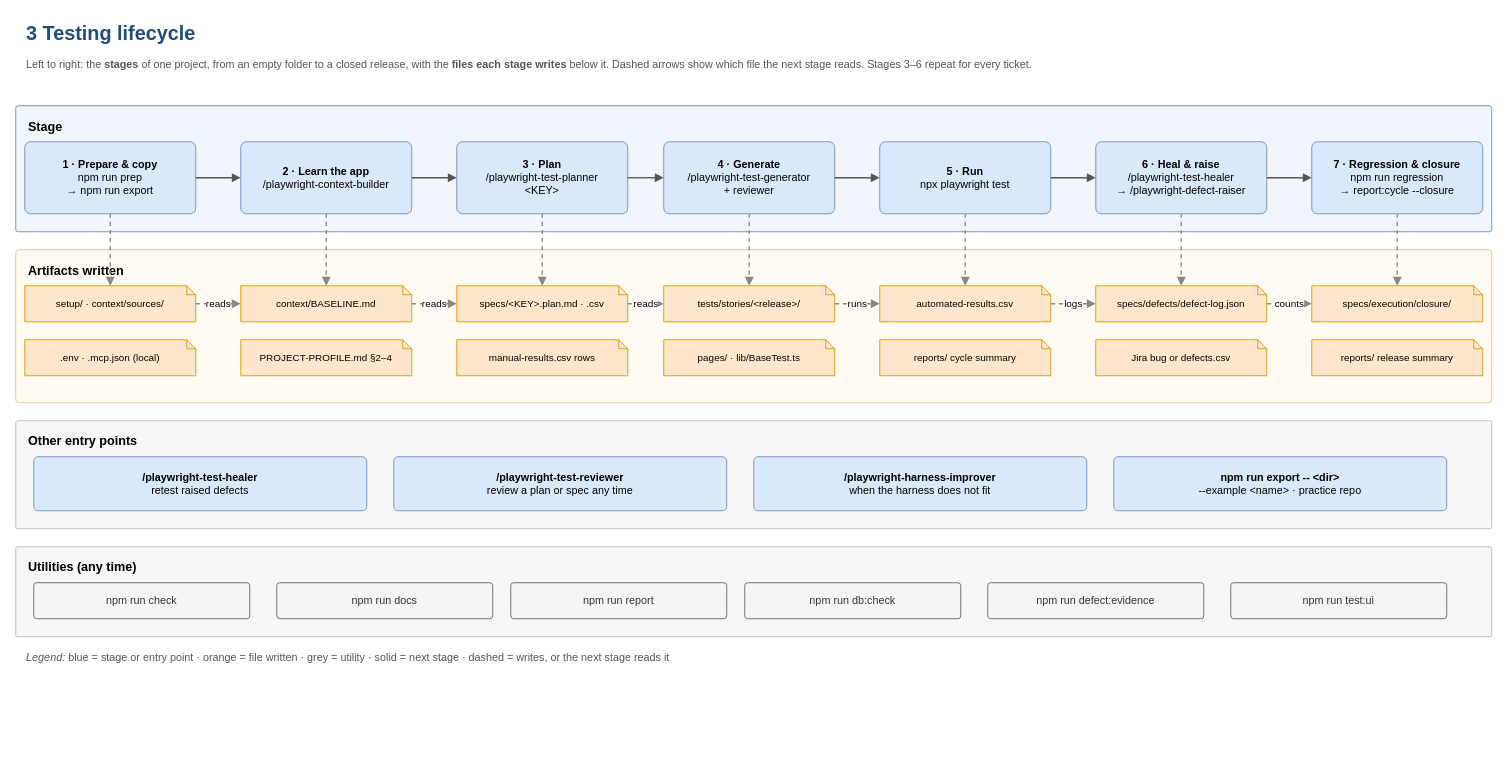
absjabed/ai-qa-harness keeps this draw.io diagram as page "3 Testing lifecycle" (3 of 13) of docs/harness-docs/diagrams/ai-qa-harness/ai-qa-harness.drawio. Above is the earlier version. Source tidied: cells renumbered, new cells numbered last; positions are measured from the earlier drawing's top-left corner, leaving out a move shared by most shapes. Both pictures are drawn from the tidied source at 90%, with x=0, y=0 at pixel (15, 15).
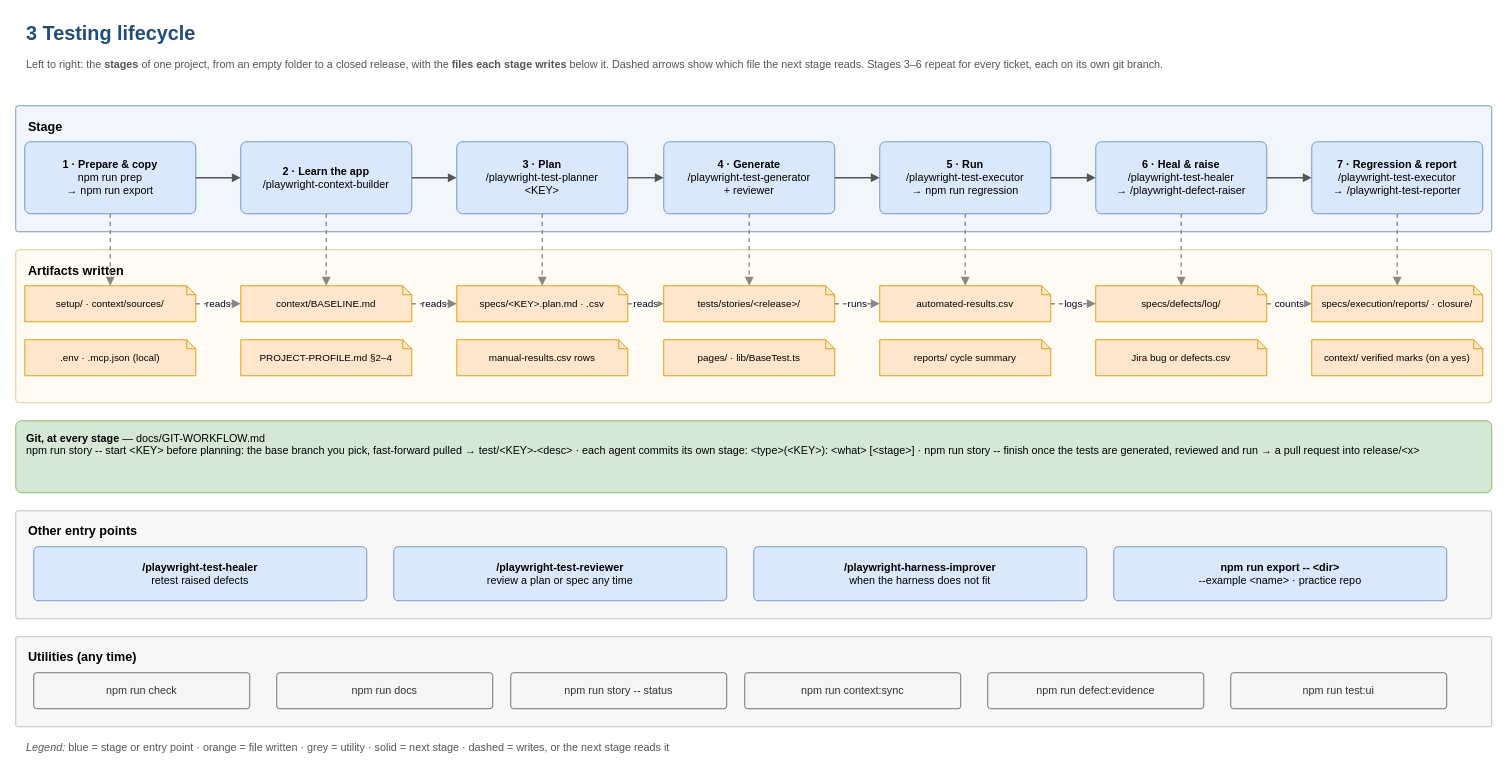
Above is the later version.

The edit, as a diff of the source:
```diff
@@
-    <mxCell id="3" value="Left to right: the &lt;b&gt;stages&lt;/b&gt; of one project, from an empty folder to a closed release, with the &lt;b&gt;files each stage writes&lt;/b&gt; below it. Dashed arrows show which file the next stage reads. Stages 3–6 repeat for every ticket." style="fontFamily=Helvetica;html=1;whiteSpace=wrap;text;fontSize=12;fontColor=#555555;align=left;verticalAlign=top;" parent="1" vertex="1">
+    <mxCell id="3" value="Left to right: the &lt;b&gt;stages&lt;/b&gt; of one project, from an empty folder to a closed release, with the &lt;b&gt;files each stage writes&lt;/b&gt; below it. Dashed arrows show which file the next stage reads. Stages 3–6 repeat for every ticket, each on its own git branch." style="fontFamily=Helvetica;html=1;whiteSpace=wrap;text;fontSize=12;fontColor=#555555;align=left;verticalAlign=top;" parent="1" vertex="1">
       <mxGeometry x="10" y="40" width="1620" height="40" as="geometry" />
     </mxCell>
@@
-    <mxCell id="25" value="&lt;b&gt;5 · Run&lt;/b&gt;&lt;br&gt;npx playwright test" style="fontFamily=Helvetica;html=1;whiteSpace=wrap;rounded=1;arcSize=8;fillColor=#dae8fc;strokeColor=#6c8ebf;fontSize=12;" parent="1" vertex="1">
+    <mxCell id="25" value="&lt;b&gt;5 · Run&lt;/b&gt;&lt;br&gt;/playwright-test-executor&lt;br&gt;→ npm run regression" style="fontFamily=Helvetica;html=1;whiteSpace=wrap;rounded=1;arcSize=8;fillColor=#dae8fc;strokeColor=#6c8ebf;fontSize=12;" parent="1" vertex="1">
       <mxGeometry x="960" y="140" width="190" height="80" as="geometry" />
     </mxCell>
@@
-    <mxCell id="31" value="specs/defects/defect-log.json" style="fontFamily=Helvetica;html=1;whiteSpace=wrap;shape=note;backgroundOutline=1;size=10;fillColor=#ffe6cc;strokeColor=#d79b00;fontSize=11;" parent="1" vertex="1">
+    <mxCell id="31" value="specs/defects/log/" style="fontFamily=Helvetica;html=1;whiteSpace=wrap;shape=note;backgroundOutline=1;size=10;fillColor=#ffe6cc;strokeColor=#d79b00;fontSize=11;" parent="1" vertex="1">
       <mxGeometry x="1200" y="300" width="190" height="40" as="geometry" />
     </mxCell>
@@
-    <mxCell id="35" value="&lt;b&gt;7 · Regression &amp;amp; closure&lt;/b&gt;&lt;br&gt;npm run regression&lt;br&gt;→ report:cycle --closure" style="fontFamily=Helvetica;html=1;whiteSpace=wrap;rounded=1;arcSize=8;fillColor=#dae8fc;strokeColor=#6c8ebf;fontSize=12;" parent="1" vertex="1">
+    <mxCell id="35" value="&lt;b&gt;7 · Regression &amp;amp; report&lt;/b&gt;&lt;br&gt;/playwright-test-executor&lt;br&gt;→ /playwright-test-reporter" style="fontFamily=Helvetica;html=1;whiteSpace=wrap;rounded=1;arcSize=8;fillColor=#dae8fc;strokeColor=#6c8ebf;fontSize=12;" parent="1" vertex="1">
       <mxGeometry x="1440" y="140" width="190" height="80" as="geometry" />
     </mxCell>
-    <mxCell id="36" value="specs/execution/closure/" style="fontFamily=Helvetica;html=1;whiteSpace=wrap;shape=note;backgroundOutline=1;size=10;fillColor=#ffe6cc;strokeColor=#d79b00;fontSize=11;" parent="1" vertex="1">
+    <mxCell id="36" value="specs/execution/reports/ · closure/" style="fontFamily=Helvetica;html=1;whiteSpace=wrap;shape=note;backgroundOutline=1;size=10;fillColor=#ffe6cc;strokeColor=#d79b00;fontSize=11;" parent="1" vertex="1">
       <mxGeometry x="1440" y="300" width="190" height="40" as="geometry" />
     </mxCell>
-    <mxCell id="37" value="reports/ release summary" style="fontFamily=Helvetica;html=1;whiteSpace=wrap;shape=note;backgroundOutline=1;size=10;fillColor=#ffe6cc;strokeColor=#d79b00;fontSize=11;" parent="1" vertex="1">
+    <mxCell id="37" value="context/ verified marks (on a yes)" style="fontFamily=Helvetica;html=1;whiteSpace=wrap;shape=note;backgroundOutline=1;size=10;fillColor=#ffe6cc;strokeColor=#d79b00;fontSize=11;" parent="1" vertex="1">
       <mxGeometry x="1440" y="360" width="190" height="40" as="geometry" />
     </mxCell>
@@
     <mxCell id="46" value="&lt;b&gt;Other entry points&lt;/b&gt;" style="fontFamily=Helvetica;html=1;whiteSpace=wrap;rounded=1;arcSize=2;verticalAlign=top;align=left;spacingLeft=12;spacingTop=8;fontSize=14;fillColor=#f7f7f7;strokeColor=#bbbbbb;" parent="1" vertex="1">
-      <mxGeometry y="450" width="1640" height="120" as="geometry" />
+      <mxGeometry y="550" width="1640" height="120" as="geometry" />
     </mxCell>
     <mxCell id="47" value="&lt;b&gt;/playwright-test-healer&lt;/b&gt;&lt;br&gt;retest raised defects" style="fontFamily=Helvetica;html=1;whiteSpace=wrap;rounded=1;arcSize=8;fillColor=#dae8fc;strokeColor=#6c8ebf;fontSize=12;" parent="1" vertex="1">
-      <mxGeometry x="20" y="490" width="370" height="60" as="geometry" />
+      <mxGeometry x="20" y="590" width="370" height="60" as="geometry" />
     </mxCell>
     <mxCell id="48" value="&lt;b&gt;/playwright-test-reviewer&lt;/b&gt;&lt;br&gt;review a plan or spec any time" style="fontFamily=Helvetica;html=1;whiteSpace=wrap;rounded=1;arcSize=8;fillColor=#dae8fc;strokeColor=#6c8ebf;fontSize=12;" parent="1" vertex="1">
-      <mxGeometry x="420" y="490" width="370" height="60" as="geometry" />
+      <mxGeometry x="420" y="590" width="370" height="60" as="geometry" />
     </mxCell>
     <mxCell id="49" value="&lt;b&gt;/playwright-harness-improver&lt;/b&gt;&lt;br&gt;when the harness does not fit" style="fontFamily=Helvetica;html=1;whiteSpace=wrap;rounded=1;arcSize=8;fillColor=#dae8fc;strokeColor=#6c8ebf;fontSize=12;" parent="1" vertex="1">
-      <mxGeometry x="820" y="490" width="370" height="60" as="geometry" />
+      <mxGeometry x="820" y="590" width="370" height="60" as="geometry" />
     </mxCell>
     <mxCell id="50" value="&lt;b&gt;npm run export -- &amp;lt;dir&amp;gt;&lt;/b&gt;&lt;br&gt;--example &amp;lt;name&amp;gt; · practice repo" style="fontFamily=Helvetica;html=1;whiteSpace=wrap;rounded=1;arcSize=8;fillColor=#dae8fc;strokeColor=#6c8ebf;fontSize=12;" parent="1" vertex="1">
-      <mxGeometry x="1220" y="490" width="370" height="60" as="geometry" />
+      <mxGeometry x="1220" y="590" width="370" height="60" as="geometry" />
     </mxCell>
     <mxCell id="51" value="&lt;b&gt;Utilities (any time)&lt;/b&gt;" style="fontFamily=Helvetica;html=1;whiteSpace=wrap;rounded=1;arcSize=2;verticalAlign=top;align=left;spacingLeft=12;spacingTop=8;fontSize=14;fillColor=#f7f7f7;strokeColor=#bbbbbb;" parent="1" vertex="1">
-      <mxGeometry y="590" width="1640" height="100" as="geometry" />
+      <mxGeometry y="690" width="1640" height="100" as="geometry" />
     </mxCell>
     <mxCell id="52" value="npm run check" style="fontFamily=Helvetica;html=1;whiteSpace=wrap;rounded=1;arcSize=8;fillColor=#f5f5f5;strokeColor=#666666;fontColor=#333333;fontSize=12;" parent="1" vertex="1">
-      <mxGeometry x="20" y="630" width="240" height="40" as="geometry" />
+      <mxGeometry x="20" y="730" width="240" height="40" as="geometry" />
     </mxCell>
     <mxCell id="53" value="npm run docs" style="fontFamily=Helvetica;html=1;whiteSpace=wrap;rounded=1;arcSize=8;fillColor=#f5f5f5;strokeColor=#666666;fontColor=#333333;fontSize=12;" parent="1" vertex="1">
-      <mxGeometry x="290" y="630" width="240" height="40" as="geometry" />
+      <mxGeometry x="290" y="730" width="240" height="40" as="geometry" />
     </mxCell>
-    <mxCell id="54" value="npm run report" style="fontFamily=Helvetica;html=1;whiteSpace=wrap;rounded=1;arcSize=8;fillColor=#f5f5f5;strokeColor=#666666;fontColor=#333333;fontSize=12;" parent="1" vertex="1">
-      <mxGeometry x="550" y="630" width="240" height="40" as="geometry" />
+    <mxCell id="54" value="npm run story -- status" style="fontFamily=Helvetica;html=1;whiteSpace=wrap;rounded=1;arcSize=8;fillColor=#f5f5f5;strokeColor=#666666;fontColor=#333333;fontSize=12;" parent="1" vertex="1">
+      <mxGeometry x="550" y="730" width="240" height="40" as="geometry" />
     </mxCell>
-    <mxCell id="55" value="npm run db:check" style="fontFamily=Helvetica;html=1;whiteSpace=wrap;rounded=1;arcSize=8;fillColor=#f5f5f5;strokeColor=#666666;fontColor=#333333;fontSize=12;" parent="1" vertex="1">
-      <mxGeometry x="810" y="630" width="240" height="40" as="geometry" />
+    <mxCell id="55" value="npm run context:sync" style="fontFamily=Helvetica;html=1;whiteSpace=wrap;rounded=1;arcSize=8;fillColor=#f5f5f5;strokeColor=#666666;fontColor=#333333;fontSize=12;" parent="1" vertex="1">
+      <mxGeometry x="810" y="730" width="240" height="40" as="geometry" />
     </mxCell>
     <mxCell id="56" value="npm run defect:evidence" style="fontFamily=Helvetica;html=1;whiteSpace=wrap;rounded=1;arcSize=8;fillColor=#f5f5f5;strokeColor=#666666;fontColor=#333333;fontSize=12;" parent="1" vertex="1">
-      <mxGeometry x="1080" y="630" width="240" height="40" as="geometry" />
+      <mxGeometry x="1080" y="730" width="240" height="40" as="geometry" />
     </mxCell>
     <mxCell id="57" value="npm run test:ui" style="fontFamily=Helvetica;html=1;whiteSpace=wrap;rounded=1;arcSize=8;fillColor=#f5f5f5;strokeColor=#666666;fontColor=#333333;fontSize=12;" parent="1" vertex="1">
-      <mxGeometry x="1350" y="630" width="240" height="40" as="geometry" />
+      <mxGeometry x="1350" y="730" width="240" height="40" as="geometry" />
     </mxCell>
     <mxCell id="58" value="&lt;i&gt;Legend:&lt;/i&gt; blue = stage or entry point · orange = file written · grey = utility · solid = next stage · dashed = writes, or the next stage reads it" style="fontFamily=Helvetica;html=1;whiteSpace=wrap;text;fontSize=12;fontColor=#555555;align=left;verticalAlign=top;" parent="1" vertex="1">
-      <mxGeometry x="10" y="700" width="1620" height="30" as="geometry" />
+      <mxGeometry x="10" y="800" width="1620" height="30" as="geometry" />
     </mxCell>
+    <mxCell id="59" value="&lt;b&gt;Git, at every stage&lt;/b&gt; — docs/GIT-WORKFLOW.md&lt;br&gt;npm run story -- start &amp;lt;KEY&amp;gt; before planning: the base branch you pick, fast-forward pulled → test/&amp;lt;KEY&amp;gt;-&amp;lt;desc&amp;gt; · each agent commits its own stage: &amp;lt;type&amp;gt;(&amp;lt;KEY&amp;gt;): &amp;lt;what&amp;gt; [&amp;lt;stage&amp;gt;] · npm run story -- finish once the tests are generated, reviewed and run → a pull request into release/&amp;lt;x&amp;gt;" style="fontFamily=Helvetica;html=1;whiteSpace=wrap;rounded=1;arcSize=8;fillColor=#d5e8d4;strokeColor=#82b366;fontSize=12;align=left;verticalAlign=top;spacingLeft=10;spacingTop=6;spacingRight=6;" parent="1" vertex="1">
+      <mxGeometry y="450" width="1640" height="80" as="geometry" />
+    </mxCell>
```
